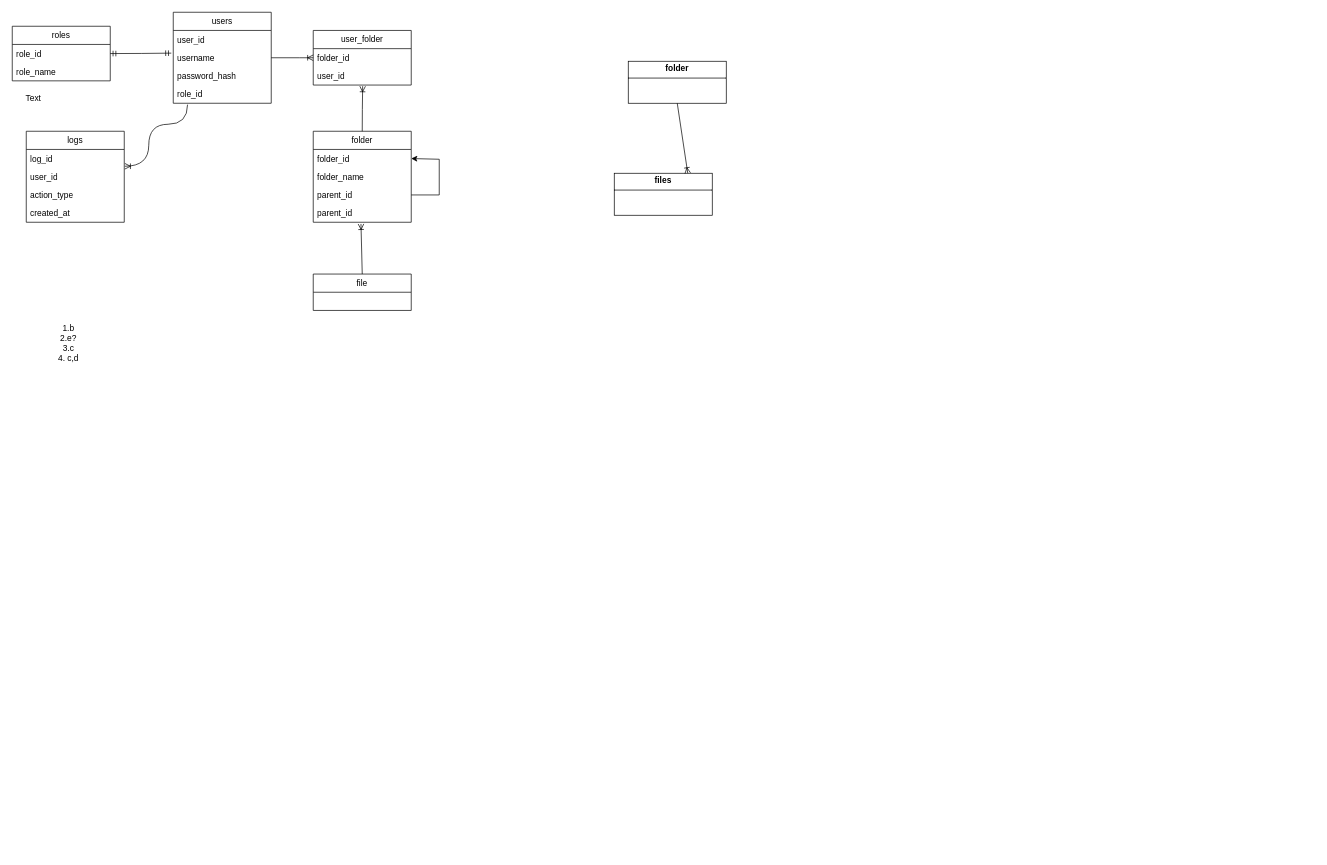
The draw.io diagram практика.drawio in Drak0sh1/Diplom, before the edit. Source tidied: cells renumbered, new cells numbered last; positions are measured from the earlier drawing's top-left corner, leaving out a move shared by most shapes. Both pictures are drawn from the tidied source at 70%, with x=0, y=0 at pixel (12, 12).
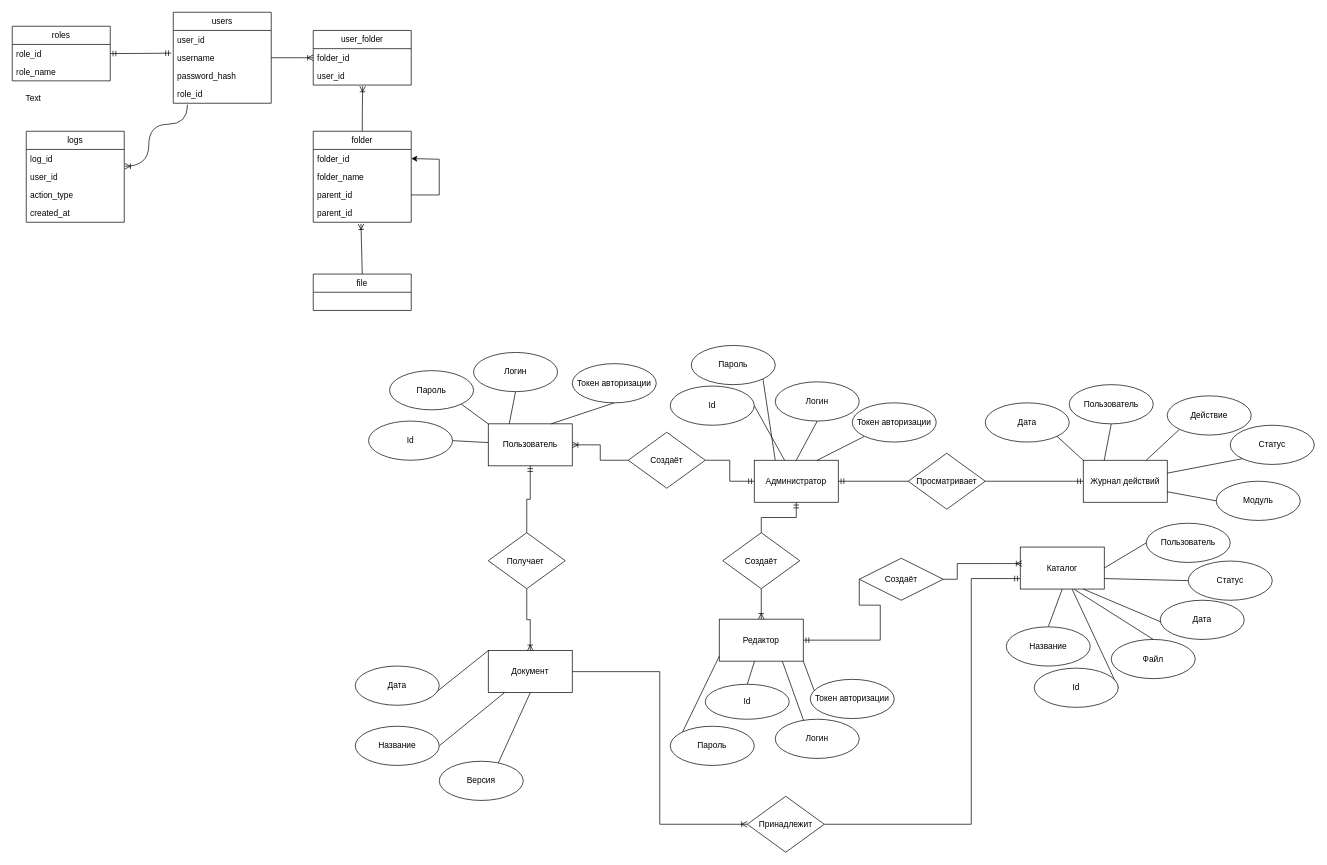
Above is the later version.

The edit, as a diff of the source:
```diff
@@
-    <mxCell id="2" value="&lt;p style=&quot;margin:0px;margin-top:4px;text-align:center;&quot;&gt;&lt;b&gt;folder&lt;/b&gt;&lt;/p&gt;&lt;hr size=&quot;1&quot; style=&quot;border-style:solid;&quot;&gt;&lt;div style=&quot;height:2px;&quot;&gt;&lt;/div&gt;" style="verticalAlign=top;align=left;overflow=fill;html=1;whiteSpace=wrap;" parent="1" vertex="1">
-      <mxGeometry x="880" y="70" width="140" height="60" as="geometry" />
-    </mxCell>
-    <mxCell id="3" value="&lt;p style=&quot;margin:0px;margin-top:4px;text-align:center;&quot;&gt;&lt;b&gt;files&lt;/b&gt;&lt;/p&gt;&lt;hr size=&quot;1&quot; style=&quot;border-style:solid;&quot;&gt;&lt;div style=&quot;height:2px;&quot;&gt;&lt;/div&gt;" style="verticalAlign=top;align=left;overflow=fill;html=1;whiteSpace=wrap;" parent="1" vertex="1">
-      <mxGeometry x="860" y="230" width="140" height="60" as="geometry" />
-    </mxCell>
@@
-    <mxCell id="6" style="fontSize=12;html=1;endArrow=ERoneToMany;rounded=0;entryX=0.75;entryY=0;entryDx=0;entryDy=0;exitX=0.5;exitY=1;exitDx=0;exitDy=0;" parent="1" edge="1" source="2" target="3">
-      <mxGeometry relative="1" as="geometry" />
-    </mxCell>
@@
-    <mxCell id="34" value="1.b&lt;div&gt;2.e?&lt;/div&gt;&lt;div&gt;3.c&lt;/div&gt;&lt;div&gt;4. c,d&lt;/div&gt;" style="text;html=1;align=center;verticalAlign=middle;strokeColor=none;fillColor=none;" parent="1" vertex="1">
-      <mxGeometry x="55" y="438" width="50" height="70" as="geometry" />
-    </mxCell>
+    <mxCell id="35" value="Администратор" style="rounded=0;whiteSpace=wrap;html=1;" parent="1" vertex="1">
+      <mxGeometry x="1060" y="640" width="120" height="60" as="geometry" />
+    </mxCell>
+    <mxCell id="36" style="rounded=0;jettySize=auto;html=1;exitX=1;exitY=0.5;exitDx=0;exitDy=0;shape=wire;dashed=1;endArrow=none;endFill=0;" parent="1" edge="1" source="37" target="35">
+      <mxGeometry relative="1" as="geometry" />
+    </mxCell>
+    <mxCell id="37" value="Id" style="ellipse;whiteSpace=wrap;html=1;" parent="1" vertex="1">
+      <mxGeometry x="940" y="534" width="120" height="56" as="geometry" />
+    </mxCell>
+    <mxCell id="38" style="rounded=0;jettySize=auto;html=1;exitX=0;exitY=1;exitDx=0;exitDy=0;entryX=0.75;entryY=0;entryDx=0;entryDy=0;endArrow=none;endFill=0;" parent="1" edge="1" source="39" target="35">
+      <mxGeometry relative="1" as="geometry" />
+    </mxCell>
+    <mxCell id="39" value="Токен авторизации" style="ellipse;whiteSpace=wrap;html=1;" parent="1" vertex="1">
+      <mxGeometry x="1200" y="558" width="120" height="56" as="geometry" />
+    </mxCell>
+    <mxCell id="40" style="rounded=0;jettySize=auto;html=1;exitX=1;exitY=1;exitDx=0;exitDy=0;entryX=0.25;entryY=0;entryDx=0;entryDy=0;endArrow=none;endFill=0;" parent="1" edge="1" source="41" target="35">
+      <mxGeometry relative="1" as="geometry" />
+    </mxCell>
+    <mxCell id="41" value="Пароль" style="ellipse;whiteSpace=wrap;html=1;" parent="1" vertex="1">
+      <mxGeometry x="970" y="476" width="120" height="56" as="geometry" />
+    </mxCell>
+    <mxCell id="42" style="rounded=0;jettySize=auto;html=1;exitX=0.5;exitY=1;exitDx=0;exitDy=0;entryX=0.5;entryY=0;entryDx=0;entryDy=0;endArrow=none;endFill=0;" parent="1" edge="1" source="43" target="35">
+      <mxGeometry relative="1" as="geometry" />
+    </mxCell>
+    <mxCell id="43" value="Логин" style="ellipse;whiteSpace=wrap;html=1;" parent="1" vertex="1">
+      <mxGeometry x="1090" y="528" width="120" height="56" as="geometry" />
+    </mxCell>
+    <mxCell id="44" value="Редактор" style="rounded=0;whiteSpace=wrap;html=1;" parent="1" vertex="1">
+      <mxGeometry x="1010" y="867" width="120" height="60" as="geometry" />
+    </mxCell>
+    <mxCell id="45" style="rounded=0;jettySize=auto;html=1;exitX=0.5;exitY=0;exitDx=0;exitDy=0;shape=wire;dashed=1;endArrow=none;endFill=0;" parent="1" edge="1" source="46" target="44">
+      <mxGeometry relative="1" as="geometry" />
+    </mxCell>
+    <mxCell id="46" value="Id" style="ellipse;whiteSpace=wrap;html=1;" parent="1" vertex="1">
+      <mxGeometry x="990" y="960" width="120" height="50" as="geometry" />
+    </mxCell>
+    <mxCell id="47" style="rounded=0;jettySize=auto;html=1;exitX=0;exitY=1;exitDx=0;exitDy=0;entryX=1;entryY=1;entryDx=0;entryDy=0;endArrow=none;endFill=0;" parent="1" edge="1" source="48" target="44">
+      <mxGeometry relative="1" as="geometry" />
+    </mxCell>
+    <mxCell id="48" value="Токен авторизации" style="ellipse;whiteSpace=wrap;html=1;" parent="1" vertex="1">
+      <mxGeometry x="1140" y="953" width="120" height="56" as="geometry" />
+    </mxCell>
+    <mxCell id="49" style="rounded=0;jettySize=auto;html=1;exitX=0;exitY=0;exitDx=0;exitDy=0;endArrow=none;endFill=0;" parent="1" edge="1" source="50">
+      <mxGeometry relative="1" as="geometry">
+        <mxPoint x="1010" y="920" as="targetPoint" />
+      </mxGeometry>
+    </mxCell>
+    <mxCell id="50" value="Пароль" style="ellipse;whiteSpace=wrap;html=1;" parent="1" vertex="1">
+      <mxGeometry x="940" y="1020" width="120" height="56" as="geometry" />
+    </mxCell>
+    <mxCell id="51" style="rounded=0;jettySize=auto;html=1;exitX=0.5;exitY=1;exitDx=0;exitDy=0;entryX=0.75;entryY=1;entryDx=0;entryDy=0;endArrow=none;endFill=0;" parent="1" edge="1" source="52" target="44">
+      <mxGeometry relative="1" as="geometry" />
+    </mxCell>
+    <mxCell id="52" value="Логин" style="ellipse;whiteSpace=wrap;html=1;" parent="1" vertex="1">
+      <mxGeometry x="1090" y="1010" width="120" height="56" as="geometry" />
+    </mxCell>
+    <mxCell id="53" value="Создаёт" style="rhombus;whiteSpace=wrap;html=1;" parent="1" vertex="1">
+      <mxGeometry x="1015" y="743.5" width="110" height="80" as="geometry" />
+    </mxCell>
+    <mxCell id="54" style="fontSize=12;html=1;endArrow=ERmandOne;rounded=0;exitX=0.5;exitY=0;exitDx=0;exitDy=0;entryX=0.5;entryY=1;entryDx=0;entryDy=0;edgeStyle=orthogonalEdgeStyle;" parent="1" edge="1" source="53" target="35">
+      <mxGeometry relative="1" as="geometry" />
+    </mxCell>
+    <mxCell id="55" style="fontSize=12;html=1;endArrow=ERoneToMany;rounded=0;exitX=0.5;exitY=1;exitDx=0;exitDy=0;entryX=0.5;entryY=0;entryDx=0;entryDy=0;" parent="1" edge="1" source="53" target="44">
+      <mxGeometry relative="1" as="geometry" />
+    </mxCell>
+    <mxCell id="56" value="Просматривает" style="rhombus;whiteSpace=wrap;html=1;" parent="1" vertex="1">
+      <mxGeometry x="1280" y="630" width="110" height="80" as="geometry" />
+    </mxCell>
+    <mxCell id="57" value="Журнал действий" style="rounded=0;whiteSpace=wrap;html=1;" parent="1" vertex="1">
+      <mxGeometry x="1530" y="640" width="120" height="60" as="geometry" />
+    </mxCell>
+    <mxCell id="58" style="rounded=0;jettySize=auto;html=1;exitX=1;exitY=0.5;exitDx=0;exitDy=0;shape=wire;dashed=1;endArrow=none;endFill=0;" parent="1" edge="1" source="59" target="57">
+      <mxGeometry relative="1" as="geometry" />
+    </mxCell>
+    <mxCell id="59" value="Статус" style="ellipse;whiteSpace=wrap;html=1;" parent="1" vertex="1">
+      <mxGeometry x="1740" y="590" width="120" height="56" as="geometry" />
+    </mxCell>
+    <mxCell id="60" style="rounded=0;jettySize=auto;html=1;exitX=0;exitY=1;exitDx=0;exitDy=0;entryX=0.75;entryY=0;entryDx=0;entryDy=0;endArrow=none;endFill=0;" parent="1" edge="1" source="61" target="57">
+      <mxGeometry relative="1" as="geometry" />
+    </mxCell>
+    <mxCell id="61" value="Действие" style="ellipse;whiteSpace=wrap;html=1;" parent="1" vertex="1">
+      <mxGeometry x="1650" y="548" width="120" height="56" as="geometry" />
+    </mxCell>
+    <mxCell id="62" style="rounded=0;jettySize=auto;html=1;exitX=1;exitY=1;exitDx=0;exitDy=0;entryX=0;entryY=0;entryDx=0;entryDy=0;endArrow=none;endFill=0;" parent="1" edge="1" source="63" target="57">
+      <mxGeometry relative="1" as="geometry" />
+    </mxCell>
+    <mxCell id="63" value="Дата" style="ellipse;whiteSpace=wrap;html=1;" parent="1" vertex="1">
+      <mxGeometry x="1390" y="558" width="120" height="56" as="geometry" />
+    </mxCell>
+    <mxCell id="64" style="rounded=0;jettySize=auto;html=1;exitX=0.5;exitY=1;exitDx=0;exitDy=0;entryX=0.25;entryY=0;entryDx=0;entryDy=0;endArrow=none;endFill=0;" parent="1" edge="1" source="65" target="57">
+      <mxGeometry relative="1" as="geometry" />
+    </mxCell>
+    <mxCell id="65" value="Пользователь" style="ellipse;whiteSpace=wrap;html=1;" parent="1" vertex="1">
+      <mxGeometry x="1510" y="532" width="120" height="56" as="geometry" />
+    </mxCell>
+    <mxCell id="66" style="rounded=0;jettySize=auto;html=1;exitX=0;exitY=0.5;exitDx=0;exitDy=0;entryX=1;entryY=0.75;entryDx=0;entryDy=0;endArrow=none;endFill=0;" parent="1" edge="1" source="67" target="57">
+      <mxGeometry relative="1" as="geometry" />
+    </mxCell>
+    <mxCell id="67" value="Модуль" style="ellipse;whiteSpace=wrap;html=1;" parent="1" vertex="1">
+      <mxGeometry x="1720" y="670" width="120" height="56" as="geometry" />
+    </mxCell>
+    <mxCell id="68" style="edgeStyle=orthogonalEdgeStyle;rounded=0;orthogonalLoop=1;jettySize=auto;html=1;exitX=0.5;exitY=1;exitDx=0;exitDy=0;" parent="1" edge="1" source="67" target="67">
+      <mxGeometry relative="1" as="geometry" />
+    </mxCell>
+    <mxCell id="69" style="fontSize=12;html=1;endArrow=ERmandOne;rounded=0;exitX=0;exitY=0.5;exitDx=0;exitDy=0;entryX=1;entryY=0.5;entryDx=0;entryDy=0;edgeStyle=orthogonalEdgeStyle;" parent="1" edge="1" source="56" target="35">
+      <mxGeometry relative="1" as="geometry" />
+    </mxCell>
+    <mxCell id="70" style="fontSize=12;html=1;endArrow=ERmandOne;rounded=0;exitX=1;exitY=0.5;exitDx=0;exitDy=0;entryX=0;entryY=0.5;entryDx=0;entryDy=0;edgeStyle=orthogonalEdgeStyle;" parent="1" edge="1" source="56" target="57">
+      <mxGeometry relative="1" as="geometry" />
+    </mxCell>
+    <mxCell id="71" value="Каталог" style="rounded=0;whiteSpace=wrap;html=1;" parent="1" vertex="1">
+      <mxGeometry x="1440" y="764" width="120" height="60" as="geometry" />
+    </mxCell>
+    <mxCell id="72" style="rounded=0;jettySize=auto;html=1;exitX=1;exitY=0.5;exitDx=0;exitDy=0;shape=wire;dashed=1;endArrow=none;endFill=0;" parent="1" edge="1" source="73" target="71">
+      <mxGeometry relative="1" as="geometry" />
+    </mxCell>
+    <mxCell id="73" value="Id" style="ellipse;whiteSpace=wrap;html=1;" parent="1" vertex="1">
+      <mxGeometry x="1460" y="937" width="120" height="56" as="geometry" />
+    </mxCell>
+    <mxCell id="74" style="rounded=0;jettySize=auto;html=1;exitX=0;exitY=0.5;exitDx=0;exitDy=0;entryX=1;entryY=0.5;entryDx=0;entryDy=0;endArrow=none;endFill=0;" parent="1" edge="1" source="75" target="71">
+      <mxGeometry relative="1" as="geometry" />
+    </mxCell>
+    <mxCell id="75" value="Пользователь" style="ellipse;whiteSpace=wrap;html=1;" parent="1" vertex="1">
+      <mxGeometry x="1620" y="730" width="120" height="56" as="geometry" />
+    </mxCell>
+    <mxCell id="76" style="rounded=0;jettySize=auto;html=1;exitX=0.5;exitY=0;exitDx=0;exitDy=0;entryX=0.5;entryY=1;entryDx=0;entryDy=0;endArrow=none;endFill=0;" parent="1" edge="1" source="77" target="71">
+      <mxGeometry relative="1" as="geometry" />
+    </mxCell>
+    <mxCell id="77" value="Название" style="ellipse;whiteSpace=wrap;html=1;" parent="1" vertex="1">
+      <mxGeometry x="1420" y="878" width="120" height="56" as="geometry" />
+    </mxCell>
+    <mxCell id="78" style="rounded=0;jettySize=auto;html=1;exitX=0.5;exitY=1;exitDx=0;exitDy=0;entryX=0.75;entryY=1;entryDx=0;entryDy=0;endArrow=none;endFill=0;" parent="1" edge="1" source="79" target="71">
+      <mxGeometry relative="1" as="geometry" />
+    </mxCell>
+    <mxCell id="79" value="Дата" style="ellipse;whiteSpace=wrap;html=1;" parent="1" vertex="1">
+      <mxGeometry x="1640" y="840" width="120" height="56" as="geometry" />
+    </mxCell>
+    <mxCell id="80" style="edgeStyle=orthogonalEdgeStyle;fontSize=12;html=1;endArrow=ERoneToMany;rounded=0;exitX=1;exitY=0.5;exitDx=0;exitDy=0;entryX=0.02;entryY=0.393;entryDx=0;entryDy=0;entryPerimeter=0;" parent="1" edge="1" source="85" target="71">
+      <mxGeometry relative="1" as="geometry">
+        <Array as="points">
+          <mxPoint x="1350" y="810" />
+          <mxPoint x="1350" y="788" />
+        </Array>
+      </mxGeometry>
+    </mxCell>
+    <mxCell id="81" value="Файл" style="ellipse;whiteSpace=wrap;html=1;" parent="1" vertex="1">
+      <mxGeometry x="1570" y="896" width="120" height="56" as="geometry" />
+    </mxCell>
+    <mxCell id="82" style="rounded=0;jettySize=auto;html=1;exitX=0.5;exitY=0;exitDx=0;exitDy=0;entryX=0.643;entryY=1.007;entryDx=0;entryDy=0;entryPerimeter=0;endArrow=none;endFill=0;" parent="1" edge="1" source="81" target="71">
+      <mxGeometry relative="1" as="geometry" />
+    </mxCell>
+    <mxCell id="83" style="rounded=0;jettySize=auto;html=1;exitX=0;exitY=0.5;exitDx=0;exitDy=0;entryX=1;entryY=0.75;entryDx=0;entryDy=0;endArrow=none;endFill=0;" parent="1" edge="1" source="84" target="71">
+      <mxGeometry relative="1" as="geometry" />
+    </mxCell>
+    <mxCell id="84" value="Статус" style="ellipse;whiteSpace=wrap;html=1;" parent="1" vertex="1">
+      <mxGeometry x="1680" y="784" width="120" height="56" as="geometry" />
+    </mxCell>
+    <mxCell id="85" value="Создаёт" style="shape=rhombus;perimeter=rhombusPerimeter;whiteSpace=wrap;html=1;align=center;" parent="1" vertex="1">
+      <mxGeometry x="1210" y="780" width="120" height="60" as="geometry" />
+    </mxCell>
+    <mxCell id="86" style="fontSize=12;html=1;endArrow=ERmandOne;rounded=0;exitX=0;exitY=0.5;exitDx=0;exitDy=0;entryX=1;entryY=0.5;entryDx=0;entryDy=0;edgeStyle=orthogonalEdgeStyle;" parent="1" edge="1" source="85" target="44">
+      <mxGeometry relative="1" as="geometry">
+        <Array as="points">
+          <mxPoint x="1210" y="847" />
+          <mxPoint x="1240" y="847" />
+          <mxPoint x="1240" y="897" />
+        </Array>
+      </mxGeometry>
+    </mxCell>
+    <mxCell id="87" value="Пользователь" style="rounded=0;whiteSpace=wrap;html=1;" parent="1" vertex="1">
+      <mxGeometry x="680" y="588" width="120" height="60" as="geometry" />
+    </mxCell>
+    <mxCell id="88" style="rounded=0;jettySize=auto;html=1;exitX=1;exitY=0.5;exitDx=0;exitDy=0;shape=wire;dashed=1;endArrow=none;endFill=0;" parent="1" edge="1" source="89" target="87">
+      <mxGeometry relative="1" as="geometry" />
+    </mxCell>
+    <mxCell id="89" value="Id" style="ellipse;whiteSpace=wrap;html=1;" parent="1" vertex="1">
+      <mxGeometry x="509" y="584" width="120" height="56" as="geometry" />
+    </mxCell>
+    <mxCell id="90" style="rounded=0;jettySize=auto;html=1;exitX=0.5;exitY=1;exitDx=0;exitDy=0;entryX=0.75;entryY=0;entryDx=0;entryDy=0;endArrow=none;endFill=0;" parent="1" edge="1" source="91" target="87">
+      <mxGeometry relative="1" as="geometry" />
+    </mxCell>
+    <mxCell id="91" value="Токен авторизации" style="ellipse;whiteSpace=wrap;html=1;" parent="1" vertex="1">
+      <mxGeometry x="800" y="502" width="120" height="56" as="geometry" />
+    </mxCell>
+    <mxCell id="92" style="rounded=0;jettySize=auto;html=1;exitX=1;exitY=1;exitDx=0;exitDy=0;entryX=0;entryY=0;entryDx=0;entryDy=0;endArrow=none;endFill=0;" parent="1" edge="1" source="93" target="87">
+      <mxGeometry relative="1" as="geometry" />
+    </mxCell>
+    <mxCell id="93" value="Пароль" style="ellipse;whiteSpace=wrap;html=1;" parent="1" vertex="1">
+      <mxGeometry x="539" y="512" width="120" height="56" as="geometry" />
+    </mxCell>
+    <mxCell id="94" style="rounded=0;jettySize=auto;html=1;exitX=0.5;exitY=1;exitDx=0;exitDy=0;entryX=0.25;entryY=0;entryDx=0;entryDy=0;endArrow=none;endFill=0;" parent="1" edge="1" source="95" target="87">
+      <mxGeometry relative="1" as="geometry" />
+    </mxCell>
+    <mxCell id="95" value="Логин" style="ellipse;whiteSpace=wrap;html=1;" parent="1" vertex="1">
+      <mxGeometry x="659" y="486" width="120" height="56" as="geometry" />
+    </mxCell>
+    <mxCell id="96" style="fontSize=12;html=1;endArrow=ERmandOne;rounded=0;entryX=0;entryY=0.5;entryDx=0;entryDy=0;edgeStyle=orthogonalEdgeStyle;exitX=1;exitY=0.5;exitDx=0;exitDy=0;" parent="1" edge="1" source="97" target="35">
+      <mxGeometry relative="1" as="geometry" />
+    </mxCell>
+    <mxCell id="97" value="Создаёт" style="rhombus;whiteSpace=wrap;html=1;" parent="1" vertex="1">
+      <mxGeometry x="880" y="600" width="110" height="80" as="geometry" />
+    </mxCell>
+    <mxCell id="98" style="edgeStyle=orthogonalEdgeStyle;fontSize=12;html=1;endArrow=ERoneToMany;rounded=0;exitX=0;exitY=0.5;exitDx=0;exitDy=0;entryX=1;entryY=0.5;entryDx=0;entryDy=0;" parent="1" edge="1" source="97" target="87">
+      <mxGeometry relative="1" as="geometry" />
+    </mxCell>
+    <mxCell id="99" value="Документ" style="rounded=0;whiteSpace=wrap;html=1;" parent="1" vertex="1">
+      <mxGeometry x="680" y="912" width="120" height="60" as="geometry" />
+    </mxCell>
+    <mxCell id="100" style="rounded=0;jettySize=auto;html=1;exitX=1;exitY=0.5;exitDx=0;exitDy=0;shape=wire;dashed=1;endArrow=none;endFill=0;" parent="1" edge="1" source="101" target="99">
+      <mxGeometry relative="1" as="geometry" />
+    </mxCell>
+    <mxCell id="101" value="Название" style="ellipse;whiteSpace=wrap;html=1;" parent="1" vertex="1">
+      <mxGeometry x="490" y="1020" width="120" height="56" as="geometry" />
+    </mxCell>
+    <mxCell id="102" style="rounded=0;jettySize=auto;html=1;exitX=1;exitY=1;exitDx=0;exitDy=0;entryX=0;entryY=0;entryDx=0;entryDy=0;endArrow=none;endFill=0;" parent="1" edge="1" source="103" target="99">
+      <mxGeometry relative="1" as="geometry" />
+    </mxCell>
+    <mxCell id="103" value="Дата" style="ellipse;whiteSpace=wrap;html=1;" parent="1" vertex="1">
+      <mxGeometry x="490" y="934" width="120" height="56" as="geometry" />
+    </mxCell>
+    <mxCell id="104" style="rounded=0;jettySize=auto;html=1;exitX=0.5;exitY=1;exitDx=0;exitDy=0;entryX=0.5;entryY=1;entryDx=0;entryDy=0;endArrow=none;endFill=0;" parent="1" edge="1" source="105" target="99">
+      <mxGeometry relative="1" as="geometry" />
+    </mxCell>
+    <mxCell id="105" value="Версия" style="ellipse;whiteSpace=wrap;html=1;" parent="1" vertex="1">
+      <mxGeometry x="610" y="1070" width="120" height="56" as="geometry" />
+    </mxCell>
+    <mxCell id="106" value="Получает&amp;nbsp;" style="rhombus;whiteSpace=wrap;html=1;" parent="1" vertex="1">
+      <mxGeometry x="680" y="743.5" width="110" height="80" as="geometry" />
+    </mxCell>
+    <mxCell id="107" style="fontSize=12;html=1;endArrow=ERmandOne;rounded=0;entryX=0.5;entryY=1;entryDx=0;entryDy=0;edgeStyle=orthogonalEdgeStyle;exitX=0.5;exitY=0;exitDx=0;exitDy=0;" parent="1" edge="1" source="106" target="87">
+      <mxGeometry relative="1" as="geometry" />
+    </mxCell>
+    <mxCell id="108" style="edgeStyle=orthogonalEdgeStyle;fontSize=12;html=1;endArrow=ERoneToMany;rounded=0;exitX=0.5;exitY=1;exitDx=0;exitDy=0;entryX=0.5;entryY=0;entryDx=0;entryDy=0;" parent="1" edge="1" source="106" target="99">
+      <mxGeometry relative="1" as="geometry" />
+    </mxCell>
+    <mxCell id="109" value="Принадлежит" style="rhombus;whiteSpace=wrap;html=1;" parent="1" vertex="1">
+      <mxGeometry x="1050" y="1120" width="110" height="80" as="geometry" />
+    </mxCell>
+    <mxCell id="110" style="fontSize=12;html=1;endArrow=ERmandOne;rounded=0;edgeStyle=orthogonalEdgeStyle;exitX=1;exitY=0.5;exitDx=0;exitDy=0;entryX=0;entryY=0.75;entryDx=0;entryDy=0;" parent="1" edge="1" source="109" target="71">
+      <mxGeometry relative="1" as="geometry">
+        <Array as="points">
+          <mxPoint x="1370" y="1160" />
+          <mxPoint x="1370" y="809" />
+        </Array>
+      </mxGeometry>
+    </mxCell>
+    <mxCell id="111" style="edgeStyle=orthogonalEdgeStyle;fontSize=12;html=1;endArrow=ERoneToMany;rounded=0;exitX=1;exitY=0.5;exitDx=0;exitDy=0;entryX=0;entryY=0.5;entryDx=0;entryDy=0;" parent="1" edge="1" source="99" target="109">
+      <mxGeometry relative="1" as="geometry" />
+    </mxCell>
```
